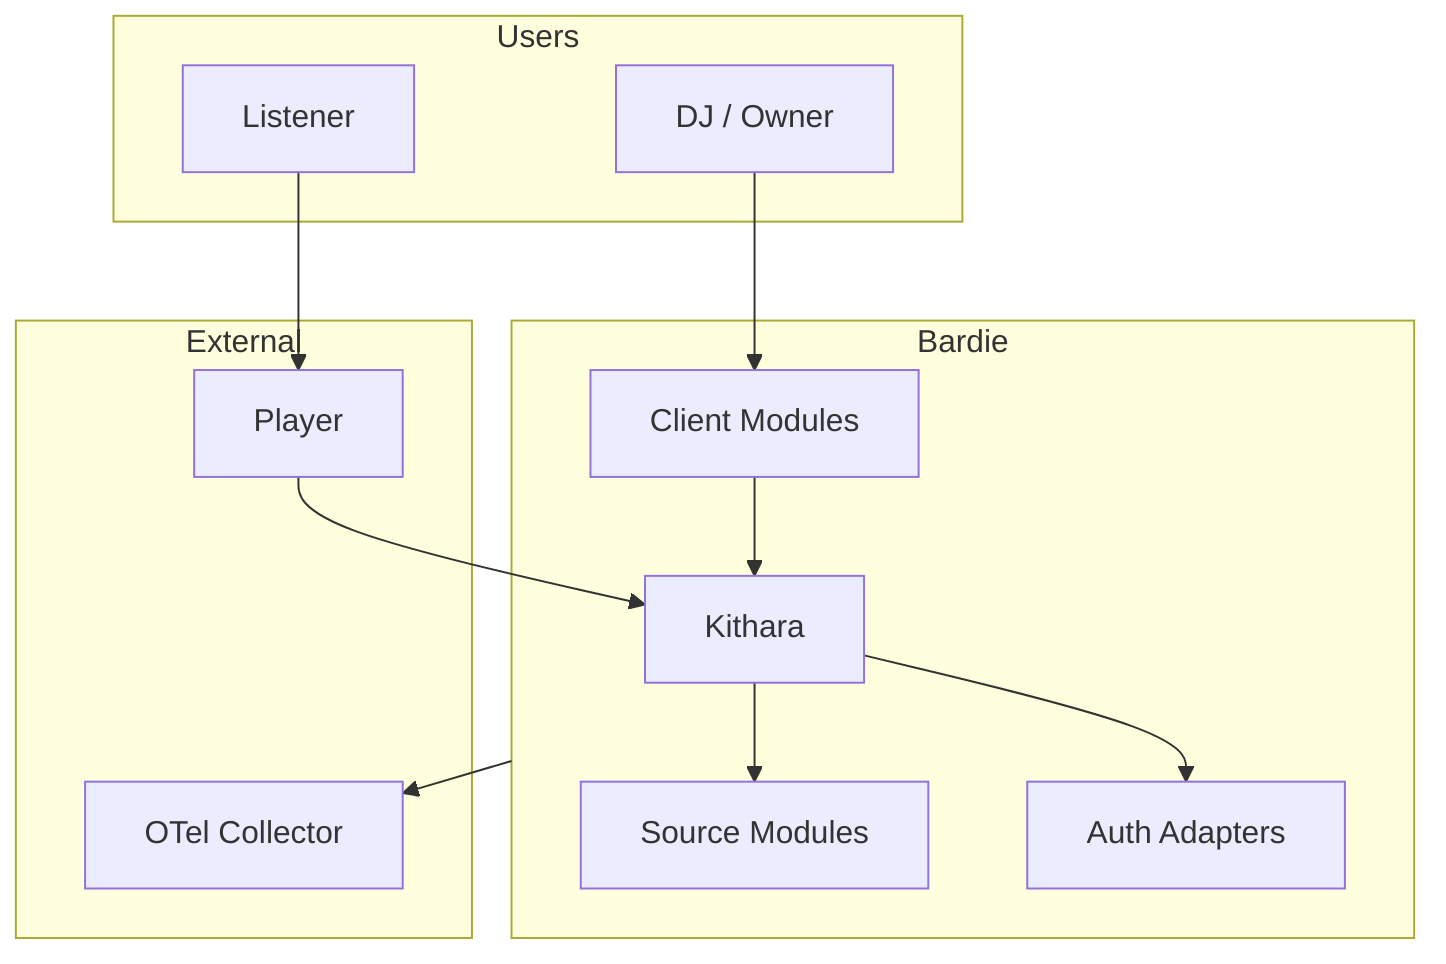
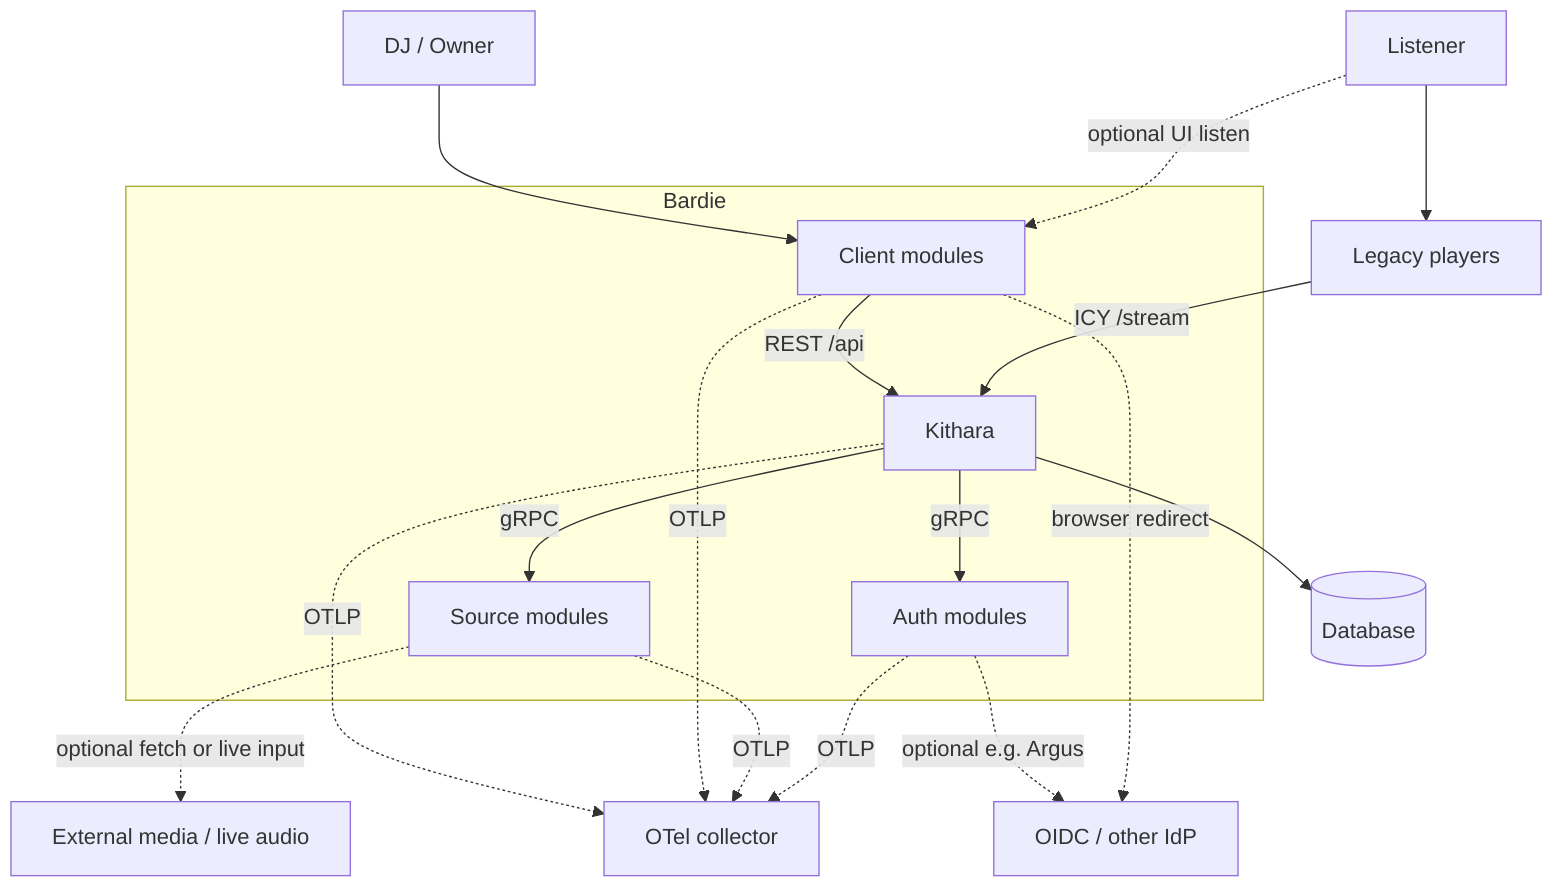
flowchart TB
-   subgraph users [Users]
-     Listener[Listener]
-     DJ[DJ / Owner]
-   end
+   Listener[Listener]
+   DJ[DJ / Owner]
+ 
  subgraph bardie [Bardie]
    Kithara[Kithara]
-     Clients[Client Modules]
-     Src[Source Modules]
-     Auth[Auth Adapters]
+     Clients[Client modules]
+     Src[Source modules]
+     Auth[Auth modules]
  end
-   subgraph external [External]
-     Players[Player]
-     OTel[OTel Collector]
-   end
+ 
+   Players[Legacy players]
+   IdP["OIDC / other IdP"]
+   DB[(Database)]
+   Media["External media / live audio"]
+   OTel[OTel collector]
+ 
  DJ --> Clients
  Listener --> Players
-   Clients --> Kithara
-   Players --> Kithara
-   Kithara --> Src
-   Kithara --> Auth
-   bardie --> OTel
+   Listener -.->|optional UI listen| Clients
+   Clients -->|REST /api| Kithara
+   Players -->|ICY /stream| Kithara
+   Kithara -->|gRPC| Src
+   Kithara -->|gRPC| Auth
+   Kithara --> DB
+   Auth -.->|optional e.g. Argus| IdP
+   Clients -.->|browser redirect| IdP
+   Src -.->|optional fetch or live input| Media
+   Kithara -.->|OTLP| OTel
+   Clients -.->|OTLP| OTel
+   Src -.->|OTLP| OTel
+   Auth -.->|OTLP| OTel
